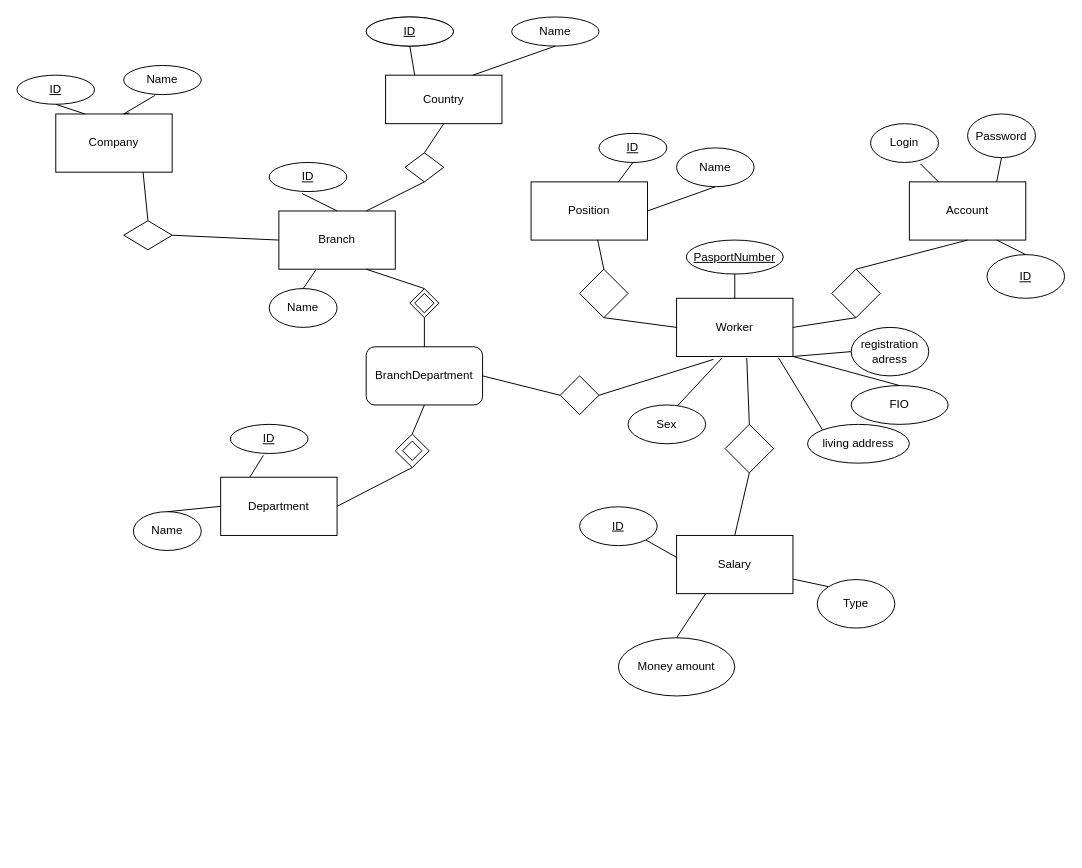
vda132/untitled keeps this draw.io diagram as Untitled Diagram.drawio. Above is the earlier version. Source tidied: cells renumbered, new cells numbered last; positions are measured from the earlier drawing's top-left corner, leaving out a move shared by most shapes. Both pictures are drawn from the tidied source at 97%, with x=0, y=0 at pixel (16, 16).
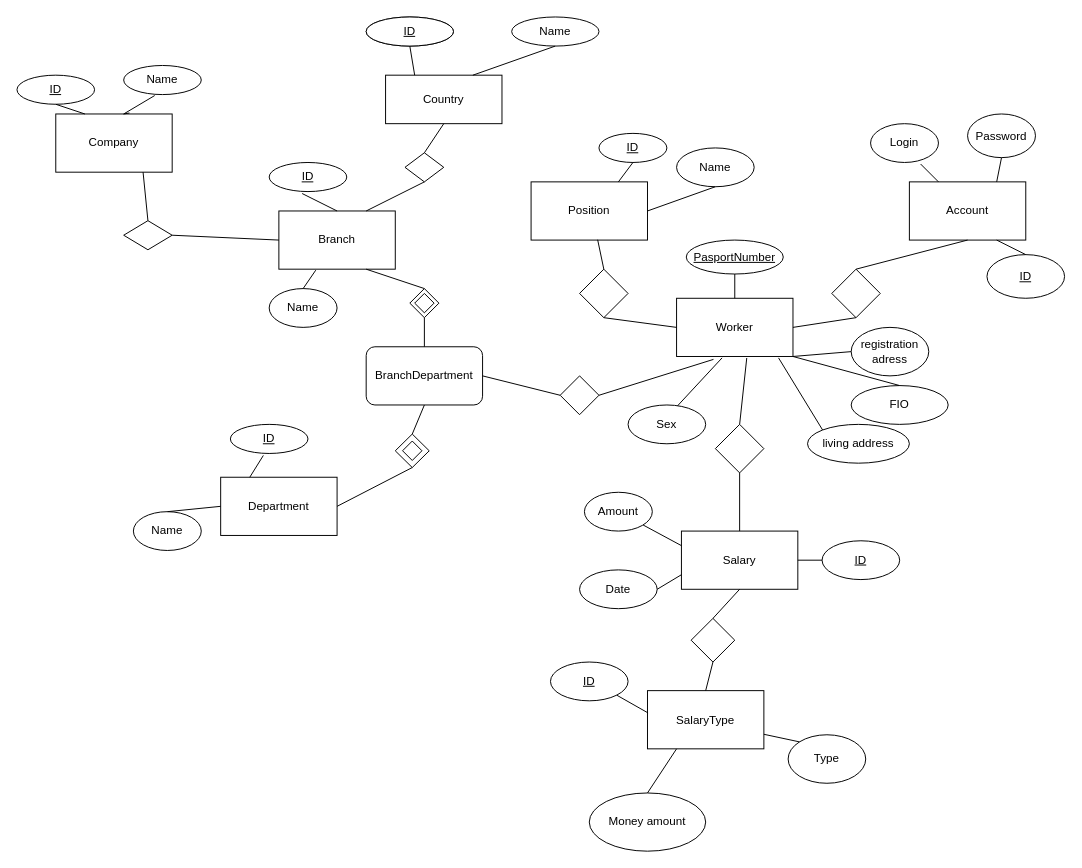
Above is the later version.

Commit message:
Update Untitled Diagram

Unchanged cells that the change refers to:
```xml
<mxCell id="35" value="Worker" style="rounded=0;whiteSpace=wrap;html=1;strokeColor=default;" parent="1" vertex="1">
  <mxGeometry x="680" y="290" width="120" height="60" as="geometry" />
</mxCell>
```

Diff of the diagram source:
```diff
@@
-    <mxCell id="68" value="Salary" style="rounded=0;whiteSpace=wrap;html=1;strokeColor=default;" parent="1" vertex="1">
-      <mxGeometry x="680" y="534.5" width="120" height="60" as="geometry" />
+    <mxCell id="68" value="SalaryType" style="rounded=0;whiteSpace=wrap;html=1;strokeColor=default;" parent="1" vertex="1">
+      <mxGeometry x="650" y="694.5" width="120" height="60" as="geometry" />
     </mxCell>
     <mxCell id="69" value="Type" style="ellipse;whiteSpace=wrap;html=1;strokeColor=default;" parent="1" vertex="1">
-      <mxGeometry x="825" y="580" width="80" height="50" as="geometry" />
+      <mxGeometry x="795" y="740" width="80" height="50" as="geometry" />
     </mxCell>
@@
     <mxCell id="72" value="Money amount" style="ellipse;whiteSpace=wrap;html=1;strokeColor=default;" parent="1" vertex="1">
-      <mxGeometry x="620" y="640" width="120" height="60" as="geometry" />
+      <mxGeometry x="590" y="800" width="120" height="60" as="geometry" />
     </mxCell>
@@
     <mxCell id="75" value="&lt;u&gt;ID&lt;/u&gt;" style="ellipse;whiteSpace=wrap;html=1;strokeColor=default;" parent="1" vertex="1">
-      <mxGeometry x="580" y="505" width="80" height="40" as="geometry" />
+      <mxGeometry x="550" y="665" width="80" height="40" as="geometry" />
     </mxCell>
@@
     <mxCell id="77" style="rhombus;whiteSpace=wrap;html=1;strokeColor=default;" parent="1" vertex="1">
-      <mxGeometry x="730" y="420" width="50" height="50" as="geometry" />
+      <mxGeometry x="695" y="620" width="45" height="45" as="geometry" />
     </mxCell>
-    <mxCell id="78" style="endArrow=none;html=1;rounded=0;entryX=0.603;entryY=1.026;entryDx=0;entryDy=0;entryPerimeter=0;exitX=0.5;exitY=0;exitDx=0;exitDy=0;" parent="1" edge="1" source="77" target="35">
+    <mxCell id="78" style="endArrow=none;html=1;rounded=0;entryX=0.603;entryY=1.026;entryDx=0;entryDy=0;entryPerimeter=0;exitX=0.5;exitY=0;exitDx=0;exitDy=0;" parent="1" edge="1" source="80" target="35">
       <mxGeometry relative="1" as="geometry" />
     </mxCell>
@@
+    <mxCell id="80" style="rhombus;whiteSpace=wrap;html=1;" parent="1" vertex="1">
+      <mxGeometry x="720" y="420" width="50" height="50" as="geometry" />
+    </mxCell>
+    <mxCell id="81" value="Salary" style="rounded=0;whiteSpace=wrap;html=1;" parent="1" vertex="1">
+      <mxGeometry x="685" y="530" width="120" height="60" as="geometry" />
+    </mxCell>
+    <mxCell id="82" value="&lt;u&gt;ID&lt;/u&gt;" style="ellipse;whiteSpace=wrap;html=1;" parent="1" vertex="1">
+      <mxGeometry x="830" y="540" width="80" height="40" as="geometry" />
+    </mxCell>
+    <mxCell id="83" style="endArrow=none;html=1;rounded=0;entryX=0;entryY=0.5;entryDx=0;entryDy=0;exitX=1;exitY=0.5;exitDx=0;exitDy=0;" parent="1" edge="1" source="81" target="82">
+      <mxGeometry relative="1" as="geometry" />
+    </mxCell>
+    <mxCell id="84" style="endArrow=none;html=1;rounded=0;exitX=0.5;exitY=0;exitDx=0;exitDy=0;entryX=0.5;entryY=1;entryDx=0;entryDy=0;" parent="1" edge="1" source="77" target="81">
+      <mxGeometry relative="1" as="geometry" />
+    </mxCell>
+    <mxCell id="85" style="endArrow=none;html=1;rounded=0;entryX=0.5;entryY=1;entryDx=0;entryDy=0;exitX=0.5;exitY=0;exitDx=0;exitDy=0;" parent="1" edge="1" source="81" target="80">
+      <mxGeometry relative="1" as="geometry" />
+    </mxCell>
+    <mxCell id="86" value="Date" style="ellipse;whiteSpace=wrap;html=1;" parent="1" vertex="1">
+      <mxGeometry x="580" y="570" width="80" height="40" as="geometry" />
+    </mxCell>
+    <mxCell id="87" style="endArrow=none;html=1;rounded=0;exitX=1;exitY=0.5;exitDx=0;exitDy=0;entryX=0;entryY=0.75;entryDx=0;entryDy=0;" parent="1" edge="1" source="86" target="81">
+      <mxGeometry relative="1" as="geometry" />
+    </mxCell>
+    <mxCell id="88" value="Amount" style="ellipse;whiteSpace=wrap;html=1;" parent="1" vertex="1">
+      <mxGeometry x="585" y="490" width="70" height="40" as="geometry" />
+    </mxCell>
+    <mxCell id="89" style="endArrow=none;html=1;rounded=0;exitX=0;exitY=0.25;exitDx=0;exitDy=0;" parent="1" edge="1" source="81" target="88">
+      <mxGeometry relative="1" as="geometry" />
+    </mxCell>
```
